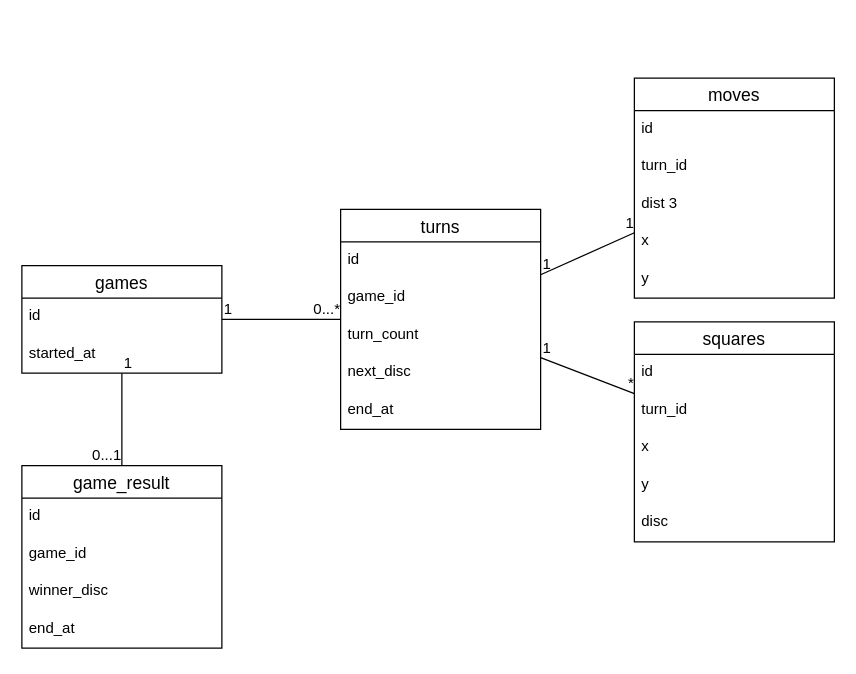
Earlier version of the draw.io diagram docs/er.drawio (IkUmO1118/reversi-app). Source tidied: cells renumbered, new cells numbered last; positions are measured from the earlier drawing's top-left corner, leaving out a move shared by most shapes. Both pictures are drawn from the tidied source at 125%, with x=0, y=0 at pixel (21, 78).
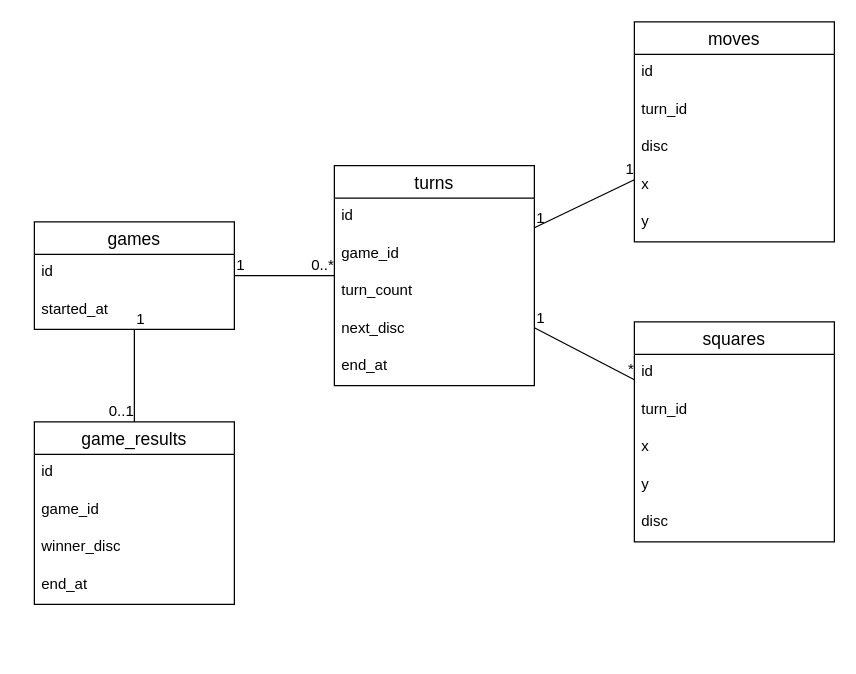
The same page after the edit.

What changed in the source:
```diff
@@
+    <mxCell id="40" value="games" style="swimlane;fontStyle=0;horizontal=1;startSize=26;align=center;fontSize=14;" parent="1" vertex="1">
+      <mxGeometry x="10" y="115" width="160" height="86" as="geometry" />
+    </mxCell>
+    <mxCell id="41" value="id" style="text;strokeColor=none;fillColor=none;spacingLeft=4;spacingRight=4;overflow=hidden;fontSize=12;" parent="40" vertex="1">
+      <mxGeometry y="26" width="160" height="30" as="geometry" />
+    </mxCell>
+    <mxCell id="42" value="started_at" style="text;strokeColor=none;fillColor=none;spacingLeft=4;spacingRight=4;overflow=hidden;fontSize=12;" parent="40" vertex="1">
+      <mxGeometry y="56" width="160" height="30" as="geometry" />
+    </mxCell>
+    <mxCell id="43" value="turns" style="swimlane;fontStyle=0;horizontal=1;startSize=26;align=center;fontSize=14;" parent="1" vertex="1">
+      <mxGeometry x="250" y="70" width="160" height="176" as="geometry" />
+    </mxCell>
+    <mxCell id="44" value="id" style="text;strokeColor=none;fillColor=none;spacingLeft=4;spacingRight=4;overflow=hidden;fontSize=12;" parent="43" vertex="1">
+      <mxGeometry y="26" width="160" height="30" as="geometry" />
+    </mxCell>
+    <mxCell id="34" value="game_id" style="text;strokeColor=none;fillColor=none;spacingLeft=4;spacingRight=4;overflow=hidden;fontSize=12;" parent="43" vertex="1">
+      <mxGeometry y="56" width="160" height="30" as="geometry" />
+    </mxCell>
+    <mxCell id="45" value="turn_count" style="text;strokeColor=none;fillColor=none;spacingLeft=4;spacingRight=4;overflow=hidden;fontSize=12;" parent="43" vertex="1">
+      <mxGeometry y="86" width="160" height="30" as="geometry" />
+    </mxCell>
+    <mxCell id="8" value="next_disc" style="text;strokeColor=none;fillColor=none;spacingLeft=4;spacingRight=4;overflow=hidden;fontSize=12;" parent="43" vertex="1">
+      <mxGeometry y="116" width="160" height="30" as="geometry" />
+    </mxCell>
+    <mxCell id="19" value="end_at" style="text;strokeColor=none;fillColor=none;spacingLeft=4;spacingRight=4;overflow=hidden;fontSize=12;" parent="43" vertex="1">
+      <mxGeometry y="146" width="160" height="30" as="geometry" />
+    </mxCell>
+    <mxCell id="46" style="endArrow=none;html=1;rounded=0;" parent="1" edge="1" source="40" target="43">
+      <mxGeometry relative="1" as="geometry" />
+    </mxCell>
+    <mxCell id="47" value="1" style="html=1;align=left;verticalAlign=bottom;" parent="46" vertex="1">
+      <mxGeometry x="-1" relative="1" as="geometry" />
+    </mxCell>
+    <mxCell id="48" value="0..*" style="html=1;align=right;verticalAlign=bottom;" parent="46" vertex="1">
+      <mxGeometry x="1" relative="1" as="geometry" />
+    </mxCell>
+    <mxCell id="49" value="moves" style="swimlane;fontStyle=0;horizontal=1;startSize=26;align=center;fontSize=14;" parent="1" vertex="1">
+      <mxGeometry x="490" y="-45" width="160" height="176" as="geometry" />
+    </mxCell>
+    <mxCell id="50" value="id" style="text;strokeColor=none;fillColor=none;spacingLeft=4;spacingRight=4;overflow=hidden;fontSize=12;" parent="49" vertex="1">
+      <mxGeometry y="26" width="160" height="30" as="geometry" />
+    </mxCell>
+    <mxCell id="51" value="turn_id" style="text;strokeColor=none;fillColor=none;spacingLeft=4;spacingRight=4;overflow=hidden;fontSize=12;" parent="49" vertex="1">
+      <mxGeometry y="56" width="160" height="30" as="geometry" />
+    </mxCell>
+    <mxCell id="28" value="disc" style="text;strokeColor=none;fillColor=none;spacingLeft=4;spacingRight=4;overflow=hidden;fontSize=12;" parent="49" vertex="1">
+      <mxGeometry y="86" width="160" height="30" as="geometry" />
+    </mxCell>
+    <mxCell id="26" value="x" style="text;strokeColor=none;fillColor=none;spacingLeft=4;spacingRight=4;overflow=hidden;fontSize=12;" parent="49" vertex="1">
+      <mxGeometry y="116" width="160" height="30" as="geometry" />
+    </mxCell>
+    <mxCell id="27" value="y" style="text;strokeColor=none;fillColor=none;spacingLeft=4;spacingRight=4;overflow=hidden;fontSize=12;" parent="49" vertex="1">
+      <mxGeometry y="146" width="160" height="30" as="geometry" />
+    </mxCell>
+    <mxCell id="23" value="squares" style="swimlane;fontStyle=0;horizontal=1;startSize=26;align=center;fontSize=14;" parent="1" vertex="1">
+      <mxGeometry x="490" y="195" width="160" height="176" as="geometry" />
+    </mxCell>
+    <mxCell id="52" value="id" style="text;strokeColor=none;fillColor=none;spacingLeft=4;spacingRight=4;overflow=hidden;fontSize=12;" parent="23" vertex="1">
+      <mxGeometry y="26" width="160" height="30" as="geometry" />
+    </mxCell>
+    <mxCell id="53" value="turn_id" style="text;strokeColor=none;fillColor=none;spacingLeft=4;spacingRight=4;overflow=hidden;fontSize=12;" parent="23" vertex="1">
+      <mxGeometry y="56" width="160" height="30" as="geometry" />
+    </mxCell>
-    <mxCell id="2" value="games" style="swimlane;fontStyle=0;horizontal=1;startSize=26;align=center;fontSize=14;" parent="1" vertex="1">
-      <mxGeometry y="150" width="160" height="86" as="geometry" />
+    <mxCell id="2" value="x" style="text;strokeColor=none;fillColor=none;spacingLeft=4;spacingRight=4;overflow=hidden;points=[[0,0.5],[1,0.5]];portConstraint=eastwest;fontSize=12;" parent="23" vertex="1">
+      <mxGeometry y="86" width="160" height="30" as="geometry" />
     </mxCell>
-    <mxCell id="3" value="id" style="text;strokeColor=none;fillColor=none;spacingLeft=4;spacingRight=4;overflow=hidden;fontSize=12;" parent="2" vertex="1">
-      <mxGeometry y="26" width="160" height="30" as="geometry" />
+    <mxCell id="3" value="y" style="text;strokeColor=none;fillColor=none;spacingLeft=4;spacingRight=4;overflow=hidden;fontSize=12;" parent="23" vertex="1">
+      <mxGeometry y="116" width="160" height="30" as="geometry" />
     </mxCell>
-    <mxCell id="4" value="started_at" style="text;strokeColor=none;fillColor=none;spacingLeft=4;spacingRight=4;overflow=hidden;fontSize=12;" parent="2" vertex="1">
-      <mxGeometry y="56" width="160" height="30" as="geometry" />
+    <mxCell id="4" value="disc" style="text;strokeColor=none;fillColor=none;spacingLeft=4;spacingRight=4;overflow=hidden;fontSize=12;" parent="23" vertex="1">
+      <mxGeometry y="146" width="160" height="30" as="geometry" />
     </mxCell>
+    <mxCell id="54" value="game_results" style="swimlane;fontStyle=0;horizontal=1;startSize=26;align=center;fontSize=14;" parent="1" vertex="1">
+      <mxGeometry x="10" y="275" width="160" height="146" as="geometry" />
+    </mxCell>
+    <mxCell id="55" value="id" style="text;strokeColor=none;fillColor=none;spacingLeft=4;spacingRight=4;overflow=hidden;fontSize=12;" parent="54" vertex="1">
+      <mxGeometry y="26" width="160" height="30" as="geometry" />
+    </mxCell>
-    <mxCell id="5" value="turns" style="swimlane;fontStyle=0;horizontal=1;startSize=26;align=center;fontSize=14;" parent="1" vertex="1">
-      <mxGeometry x="255" y="105" width="160" height="176" as="geometry" />
+    <mxCell id="5" value="game_id" style="text;strokeColor=none;fillColor=none;spacingLeft=4;spacingRight=4;overflow=hidden;points=[[0,0.5],[1,0.5]];portConstraint=eastwest;fontSize=12;" parent="54" vertex="1">
+      <mxGeometry y="56" width="160" height="30" as="geometry" />
     </mxCell>
-    <mxCell id="6" value="id" style="text;strokeColor=none;fillColor=none;spacingLeft=4;spacingRight=4;overflow=hidden;fontSize=12;" parent="5" vertex="1">
-      <mxGeometry y="26" width="160" height="30" as="geometry" />
+    <mxCell id="6" value="winner_disc" style="text;strokeColor=none;fillColor=none;spacingLeft=4;spacingRight=4;overflow=hidden;fontSize=12;" parent="54" vertex="1">
+      <mxGeometry y="86" width="160" height="30" as="geometry" />
     </mxCell>
-    <mxCell id="7" value="game_id" style="text;strokeColor=none;fillColor=none;spacingLeft=4;spacingRight=4;overflow=hidden;fontSize=12;" parent="5" vertex="1">
-      <mxGeometry y="56" width="160" height="30" as="geometry" />
+    <mxCell id="7" value="end_at" style="text;strokeColor=none;fillColor=none;spacingLeft=4;spacingRight=4;overflow=hidden;fontSize=12;" parent="54" vertex="1">
+      <mxGeometry y="116" width="160" height="30" as="geometry" />
     </mxCell>
-    <mxCell id="8" value="turn_count" style="text;strokeColor=none;fillColor=none;spacingLeft=4;spacingRight=4;overflow=hidden;fontSize=12;" parent="5" vertex="1">
-      <mxGeometry y="86" width="160" height="30" as="geometry" />
-    </mxCell>
-    <mxCell id="9" value="next_disc" style="text;strokeColor=none;fillColor=none;spacingLeft=4;spacingRight=4;overflow=hidden;fontSize=12;" parent="5" vertex="1">
-      <mxGeometry y="116" width="160" height="30" as="geometry" />
+    <mxCell id="9" style="endArrow=none;html=1;rounded=0;" parent="1" edge="1" source="43" target="49">
+      <mxGeometry relative="1" as="geometry" />
     </mxCell>
-    <mxCell id="10" value="end_at" style="text;strokeColor=none;fillColor=none;spacingLeft=4;spacingRight=4;overflow=hidden;fontSize=12;" parent="5" vertex="1">
-      <mxGeometry y="146" width="160" height="30" as="geometry" />
-    </mxCell>
-    <mxCell id="11" style="endArrow=none;html=1;rounded=0;" parent="1" edge="1" source="2" target="5">
-      <mxGeometry relative="1" as="geometry" />
+    <mxCell id="11" value="1" style="html=1;align=left;verticalAlign=bottom;" parent="9" vertex="1">
+      <mxGeometry x="-1" relative="1" as="geometry" />
     </mxCell>
-    <mxCell id="12" value="1" style="html=1;align=left;verticalAlign=bottom;" parent="11" vertex="1">
-      <mxGeometry x="-1" relative="1" as="geometry" />
+    <mxCell id="12" value="1" style="html=1;align=right;verticalAlign=bottom;" parent="9" vertex="1">
+      <mxGeometry x="1" relative="1" as="geometry" />
     </mxCell>
-    <mxCell id="13" value="0...*" style="html=1;align=right;verticalAlign=bottom;" parent="11" vertex="1">
-      <mxGeometry x="1" relative="1" as="geometry" />
+    <mxCell id="13" style="endArrow=none;html=1;rounded=0;" parent="1" edge="1" source="43" target="23">
+      <mxGeometry relative="1" as="geometry" />
     </mxCell>
-    <mxCell id="14" value="moves" style="swimlane;fontStyle=0;horizontal=1;startSize=26;align=center;fontSize=14;" parent="1" vertex="1">
-      <mxGeometry x="490" width="160" height="176" as="geometry" />
+    <mxCell id="14" value="1" style="html=1;align=left;verticalAlign=bottom;" parent="13" vertex="1">
+      <mxGeometry x="-1" relative="1" as="geometry" />
     </mxCell>
-    <mxCell id="15" value="id" style="text;strokeColor=none;fillColor=none;spacingLeft=4;spacingRight=4;overflow=hidden;fontSize=12;" parent="14" vertex="1">
-      <mxGeometry y="26" width="160" height="30" as="geometry" />
+    <mxCell id="15" value="*" style="html=1;align=right;verticalAlign=bottom;" parent="13" vertex="1">
+      <mxGeometry x="1" relative="1" as="geometry" />
     </mxCell>
-    <mxCell id="16" value="turn_id" style="text;strokeColor=none;fillColor=none;spacingLeft=4;spacingRight=4;overflow=hidden;fontSize=12;" parent="14" vertex="1">
-      <mxGeometry y="56" width="160" height="30" as="geometry" />
+    <mxCell id="16" style="endArrow=none;html=1;rounded=0;" parent="1" edge="1" source="40" target="54">
+      <mxGeometry relative="1" as="geometry" />
     </mxCell>
-    <mxCell id="17" value="dist 3" style="text;strokeColor=none;fillColor=none;spacingLeft=4;spacingRight=4;overflow=hidden;fontSize=12;" parent="14" vertex="1">
-      <mxGeometry y="86" width="160" height="30" as="geometry" />
+    <mxCell id="17" value="1" style="html=1;align=left;verticalAlign=bottom;" parent="16" vertex="1">
+      <mxGeometry x="-1" relative="1" as="geometry" />
     </mxCell>
-    <mxCell id="18" value="x" style="text;strokeColor=none;fillColor=none;spacingLeft=4;spacingRight=4;overflow=hidden;fontSize=12;" parent="14" vertex="1">
-      <mxGeometry y="116" width="160" height="30" as="geometry" />
+    <mxCell id="18" value="0..1" style="html=1;align=right;verticalAlign=bottom;" parent="16" vertex="1">
+      <mxGeometry x="1" relative="1" as="geometry" />
     </mxCell>
-    <mxCell id="19" value="y" style="text;strokeColor=none;fillColor=none;spacingLeft=4;spacingRight=4;overflow=hidden;fontSize=12;" parent="14" vertex="1">
-      <mxGeometry y="146" width="160" height="30" as="geometry" />
-    </mxCell>
-    <mxCell id="20" style="endArrow=none;html=1;rounded=0;" parent="1" edge="1" source="5" target="14">
-      <mxGeometry relative="1" as="geometry" />
-    </mxCell>
-    <mxCell id="21" value="1" style="html=1;align=left;verticalAlign=bottom;" parent="20" vertex="1">
-      <mxGeometry x="-1" relative="1" as="geometry" />
-    </mxCell>
-    <mxCell id="22" value="1" style="html=1;align=right;verticalAlign=bottom;" parent="20" vertex="1">
-      <mxGeometry x="1" relative="1" as="geometry" />
-    </mxCell>
-    <mxCell id="23" value="squares" style="swimlane;fontStyle=0;horizontal=1;startSize=26;align=center;fontSize=14;" parent="1" vertex="1">
-      <mxGeometry x="490" y="195" width="160" height="176" as="geometry" />
-    </mxCell>
-    <mxCell id="24" value="id" style="text;strokeColor=none;fillColor=none;spacingLeft=4;spacingRight=4;overflow=hidden;fontSize=12;" parent="23" vertex="1">
-      <mxGeometry y="26" width="160" height="30" as="geometry" />
-    </mxCell>
-    <mxCell id="25" value="turn_id" style="text;strokeColor=none;fillColor=none;spacingLeft=4;spacingRight=4;overflow=hidden;fontSize=12;" parent="23" vertex="1">
-      <mxGeometry y="56" width="160" height="30" as="geometry" />
-    </mxCell>
-    <mxCell id="26" value="x" style="text;strokeColor=none;fillColor=none;spacingLeft=4;spacingRight=4;overflow=hidden;fontSize=12;" parent="23" vertex="1">
-      <mxGeometry y="86" width="160" height="30" as="geometry" />
-    </mxCell>
-    <mxCell id="27" value="y" style="text;strokeColor=none;fillColor=none;spacingLeft=4;spacingRight=4;overflow=hidden;fontSize=12;" parent="23" vertex="1">
-      <mxGeometry y="116" width="160" height="30" as="geometry" />
-    </mxCell>
-    <mxCell id="28" value="disc" style="text;strokeColor=none;fillColor=none;spacingLeft=4;spacingRight=4;overflow=hidden;fontSize=12;" parent="23" vertex="1">
-      <mxGeometry y="146" width="160" height="30" as="geometry" />
-    </mxCell>
-    <mxCell id="29" style="endArrow=none;html=1;rounded=0;" parent="1" edge="1" source="5" target="23">
-      <mxGeometry relative="1" as="geometry" />
-    </mxCell>
-    <mxCell id="30" value="1" style="html=1;align=left;verticalAlign=bottom;" parent="29" vertex="1">
-      <mxGeometry x="-1" relative="1" as="geometry" />
-    </mxCell>
-    <mxCell id="31" value="*" style="html=1;align=right;verticalAlign=bottom;" parent="29" vertex="1">
-      <mxGeometry x="1" relative="1" as="geometry" />
-    </mxCell>
-    <mxCell id="32" value="game_result" style="swimlane;fontStyle=0;horizontal=1;startSize=26;align=center;fontSize=14;" parent="1" vertex="1">
-      <mxGeometry y="310" width="160" height="146" as="geometry" />
-    </mxCell>
-    <mxCell id="33" value="id" style="text;strokeColor=none;fillColor=none;spacingLeft=4;spacingRight=4;overflow=hidden;fontSize=12;" parent="32" vertex="1">
-      <mxGeometry y="26" width="160" height="30" as="geometry" />
-    </mxCell>
-    <mxCell id="34" value="game_id" style="text;strokeColor=none;fillColor=none;spacingLeft=4;spacingRight=4;overflow=hidden;fontSize=12;" parent="32" vertex="1">
-      <mxGeometry y="56" width="160" height="30" as="geometry" />
-    </mxCell>
-    <mxCell id="35" value="winner_disc" style="text;strokeColor=none;fillColor=none;spacingLeft=4;spacingRight=4;overflow=hidden;fontSize=12;" parent="32" vertex="1">
-      <mxGeometry y="86" width="160" height="30" as="geometry" />
-    </mxCell>
-    <mxCell id="36" value="end_at" style="text;strokeColor=none;fillColor=none;spacingLeft=4;spacingRight=4;overflow=hidden;fontSize=12;" parent="32" vertex="1">
-      <mxGeometry y="116" width="160" height="30" as="geometry" />
-    </mxCell>
-    <mxCell id="37" style="endArrow=none;html=1;rounded=0;" parent="1" edge="1" source="2" target="32">
-      <mxGeometry relative="1" as="geometry" />
-    </mxCell>
-    <mxCell id="38" value="1" style="html=1;align=left;verticalAlign=bottom;" parent="37" vertex="1">
-      <mxGeometry x="-1" relative="1" as="geometry" />
-    </mxCell>
-    <mxCell id="39" value="0...1" style="html=1;align=right;verticalAlign=bottom;" parent="37" vertex="1">
-      <mxGeometry x="1" relative="1" as="geometry" />
-    </mxCell>
```
